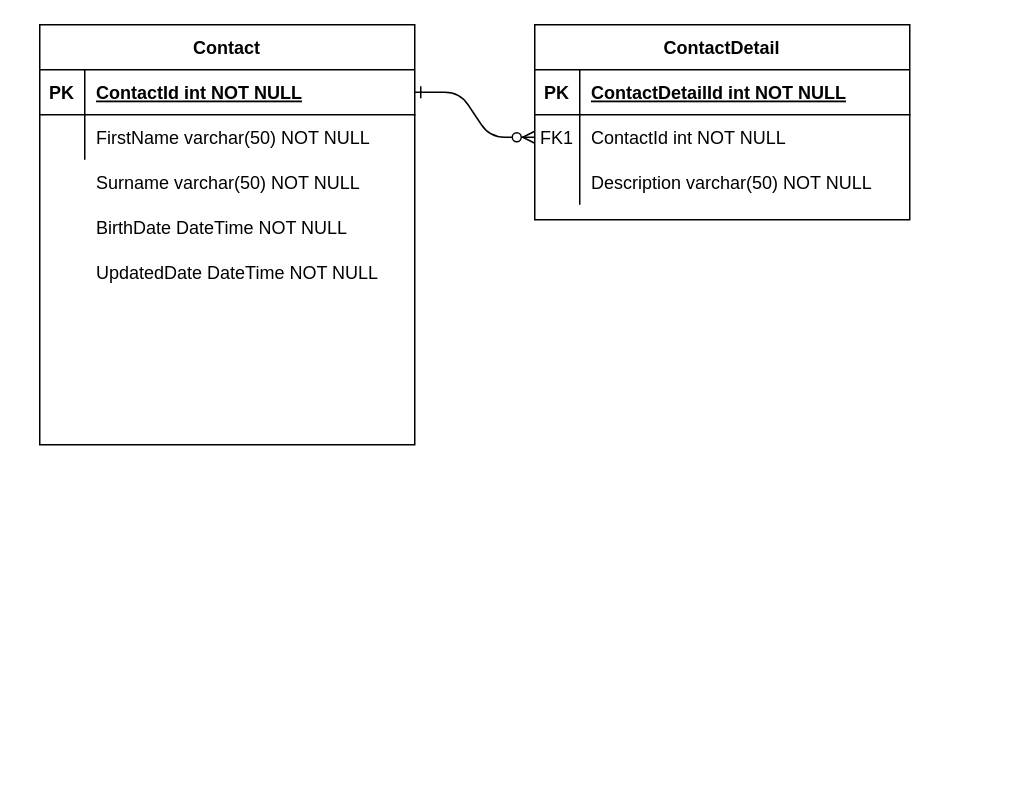
KBhuda/Address-Book keeps this draw.io diagram as Address-Book ERD.drawio. Above is the earlier version. Source tidied: cells renumbered, new cells numbered last; positions are measured from the earlier drawing's top-left corner, leaving out a move shared by most shapes. Both pictures are drawn from the tidied source at 150%, with x=0, y=0 at pixel (39, 24).
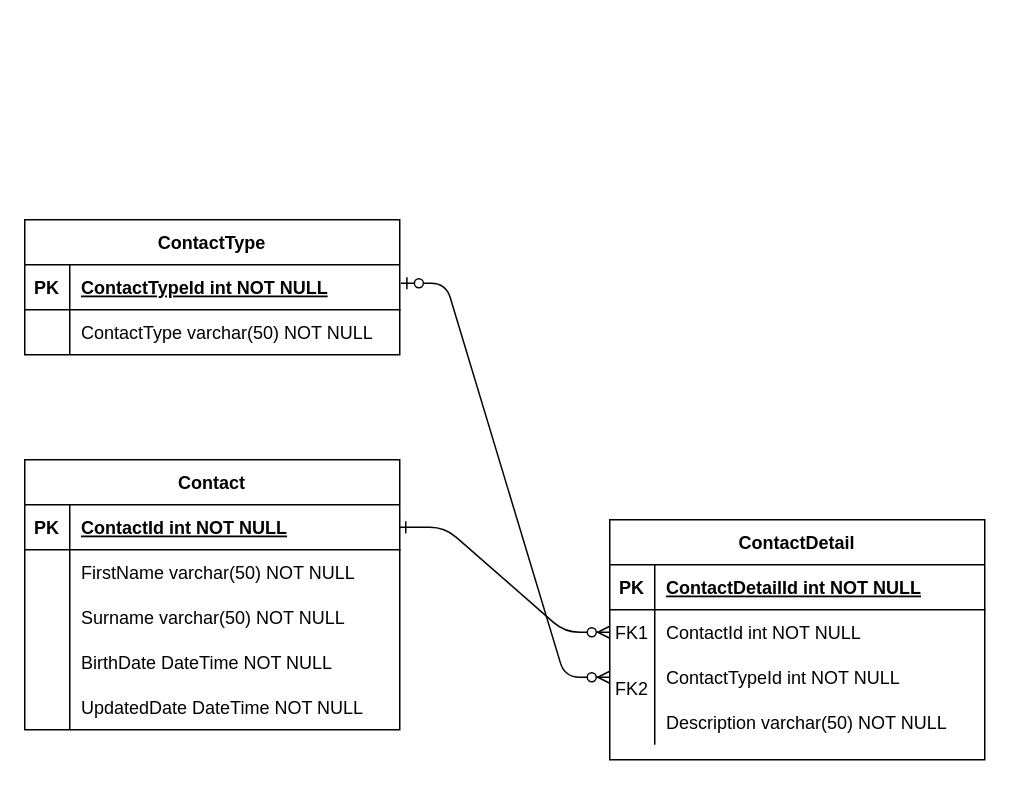
The same page after the edit.

What changed in the source:
```diff
@@
+    <mxCell id="23" style="edgeStyle=entityRelationEdgeStyle;fontSize=12;html=1;endArrow=ERzeroToMany;startArrow=ERzeroToOne;exitX=1.003;exitY=0.41;exitDx=0;exitDy=0;entryX=0;entryY=0.5;entryDx=0;entryDy=0;exitPerimeter=0;" parent="1" edge="1" source="34" target="24">
+      <mxGeometry relative="1" as="geometry" />
+    </mxCell>
     <mxCell id="3" value="ContactDetail" style="shape=table;startSize=30;childLayout=tableLayout;rowLines=0;fontStyle=1;align=center;" parent="1" vertex="1">
-      <mxGeometry x="330" width="250" height="130" as="geometry" />
+      <mxGeometry x="380" y="330" width="250" height="160" as="geometry" />
     </mxCell>
@@
+    <mxCell id="24" style="shape=partialRectangle;fillColor=none;points=[[0,0.5],[1,0.5]];portConstraint=eastwest;top=0;left=0;right=0;bottom=0;" parent="3" vertex="1">
+      <mxGeometry y="90" width="250" height="30" as="geometry" />
+    </mxCell>
+    <mxCell id="25" value="&#10;FK2&#10;" style="shape=partialRectangle;overflow=hidden;fillColor=none;top=0;left=0;bottom=0;right=0;" parent="24" vertex="1">
+      <mxGeometry width="30" height="30" as="geometry" />
+    </mxCell>
+    <mxCell id="26" value="ContactTypeId int NOT NULL" style="shape=partialRectangle;overflow=hidden;fillColor=none;top=0;left=0;bottom=0;right=0;align=left;spacingLeft=6;" parent="24" vertex="1">
+      <mxGeometry x="30" width="220" height="30" as="geometry" />
+    </mxCell>
     <mxCell id="10" style="shape=partialRectangle;fillColor=none;top=0;left=0;right=0;bottom=0;" parent="3" vertex="1">
-      <mxGeometry y="90" width="250" height="30" as="geometry" />
+      <mxGeometry y="120" width="250" height="30" as="geometry" />
     </mxCell>
@@
     <mxCell id="13" value="Contact" style="shape=table;startSize=30;childLayout=tableLayout;rowLines=0;fontStyle=1;align=center;" parent="1" vertex="1">
-      <mxGeometry width="250" height="280" as="geometry" />
+      <mxGeometry x="-10" y="290" width="250" height="180" as="geometry" />
     </mxCell>
@@
+    <mxCell id="27" style="shape=partialRectangle;fillColor=none;top=0;left=0;right=0;bottom=0;" parent="13" vertex="1">
+      <mxGeometry y="90" width="250" height="30" as="geometry" />
+    </mxCell>
+    <mxCell id="28" style="shape=partialRectangle;overflow=hidden;fillColor=none;top=0;left=0;bottom=0;right=0;" parent="27" vertex="1">
+      <mxGeometry width="30" height="30" as="geometry" />
+    </mxCell>
-    <mxCell id="20" value="Surname varchar(50) NOT NULL" style="shape=partialRectangle;overflow=hidden;fillColor=none;top=0;left=0;bottom=0;right=0;align=left;spacingLeft=6;" parent="1" vertex="1">
-      <mxGeometry x="30" y="90" width="220" height="30" as="geometry" />
+    <mxCell id="20" value="Surname varchar(50) NOT NULL" style="shape=partialRectangle;overflow=hidden;fillColor=none;top=0;left=0;bottom=0;right=0;align=left;spacingLeft=6;" parent="27" vertex="1">
+      <mxGeometry x="30" width="220" height="30" as="geometry" />
     </mxCell>
+    <mxCell id="29" style="shape=partialRectangle;fillColor=none;top=0;left=0;right=0;bottom=0;" parent="13" vertex="1">
+      <mxGeometry y="120" width="250" height="30" as="geometry" />
+    </mxCell>
+    <mxCell id="30" style="shape=partialRectangle;overflow=hidden;fillColor=none;top=0;left=0;bottom=0;right=0;" parent="29" vertex="1">
+      <mxGeometry width="30" height="30" as="geometry" />
+    </mxCell>
-    <mxCell id="21" value="BirthDate DateTime NOT NULL" style="shape=partialRectangle;overflow=hidden;fillColor=none;top=0;left=0;bottom=0;right=0;align=left;spacingLeft=6;" parent="1" vertex="1">
-      <mxGeometry x="30" y="120" width="220" height="30" as="geometry" />
+    <mxCell id="21" value="BirthDate DateTime NOT NULL" style="shape=partialRectangle;overflow=hidden;fillColor=none;top=0;left=0;bottom=0;right=0;align=left;spacingLeft=6;" parent="29" vertex="1">
+      <mxGeometry x="30" width="220" height="30" as="geometry" />
     </mxCell>
+    <mxCell id="31" style="shape=partialRectangle;fillColor=none;top=0;left=0;right=0;bottom=0;" parent="13" vertex="1">
+      <mxGeometry y="150" width="250" height="30" as="geometry" />
+    </mxCell>
+    <mxCell id="32" style="shape=partialRectangle;overflow=hidden;fillColor=none;top=0;left=0;bottom=0;right=0;" parent="31" vertex="1">
+      <mxGeometry width="30" height="30" as="geometry" />
+    </mxCell>
-    <mxCell id="22" value="UpdatedDate DateTime NOT NULL" style="shape=partialRectangle;overflow=hidden;fillColor=none;top=0;left=0;bottom=0;right=0;align=left;spacingLeft=6;" parent="1" vertex="1">
-      <mxGeometry x="30" y="150" width="220" height="30" as="geometry" />
+    <mxCell id="22" value="UpdatedDate DateTime NOT NULL" style="shape=partialRectangle;overflow=hidden;fillColor=none;top=0;left=0;bottom=0;right=0;align=left;spacingLeft=6;" parent="31" vertex="1">
+      <mxGeometry x="30" width="220" height="30" as="geometry" />
     </mxCell>
+    <mxCell id="33" value="ContactType" style="shape=table;startSize=30;childLayout=tableLayout;rowLines=0;fontStyle=1;align=center;" parent="1" vertex="1">
+      <mxGeometry x="-10" y="130" width="250" height="90" as="geometry" />
+    </mxCell>
+    <mxCell id="34" style="shape=partialRectangle;fillColor=none;points=[[0,0.5],[1,0.5]];portConstraint=eastwest;top=0;left=0;right=0;bottom=1;" parent="33" vertex="1">
+      <mxGeometry y="30" width="250" height="30" as="geometry" />
+    </mxCell>
+    <mxCell id="35" value="PK" style="shape=partialRectangle;overflow=hidden;fillColor=none;top=0;left=0;bottom=0;right=0;fontStyle=1;" parent="34" vertex="1">
+      <mxGeometry width="30" height="30" as="geometry" />
+    </mxCell>
+    <mxCell id="36" value="ContactTypeId int NOT NULL " style="shape=partialRectangle;overflow=hidden;fillColor=none;top=0;left=0;bottom=0;right=0;align=left;spacingLeft=6;fontStyle=5;" parent="34" vertex="1">
+      <mxGeometry x="30" width="220" height="30" as="geometry" />
+    </mxCell>
+    <mxCell id="37" style="shape=partialRectangle;fillColor=none;top=0;left=0;right=0;bottom=0;" parent="33" vertex="1">
+      <mxGeometry y="60" width="250" height="30" as="geometry" />
+    </mxCell>
+    <mxCell id="38" style="shape=partialRectangle;overflow=hidden;fillColor=none;top=0;left=0;bottom=0;right=0;" parent="37" vertex="1">
+      <mxGeometry width="30" height="30" as="geometry" />
+    </mxCell>
+    <mxCell id="39" value="ContactType varchar(50) NOT NULL" style="shape=partialRectangle;overflow=hidden;fillColor=none;top=0;left=0;bottom=0;right=0;align=left;spacingLeft=6;" parent="37" vertex="1">
+      <mxGeometry x="30" width="220" height="30" as="geometry" />
+    </mxCell>
```
